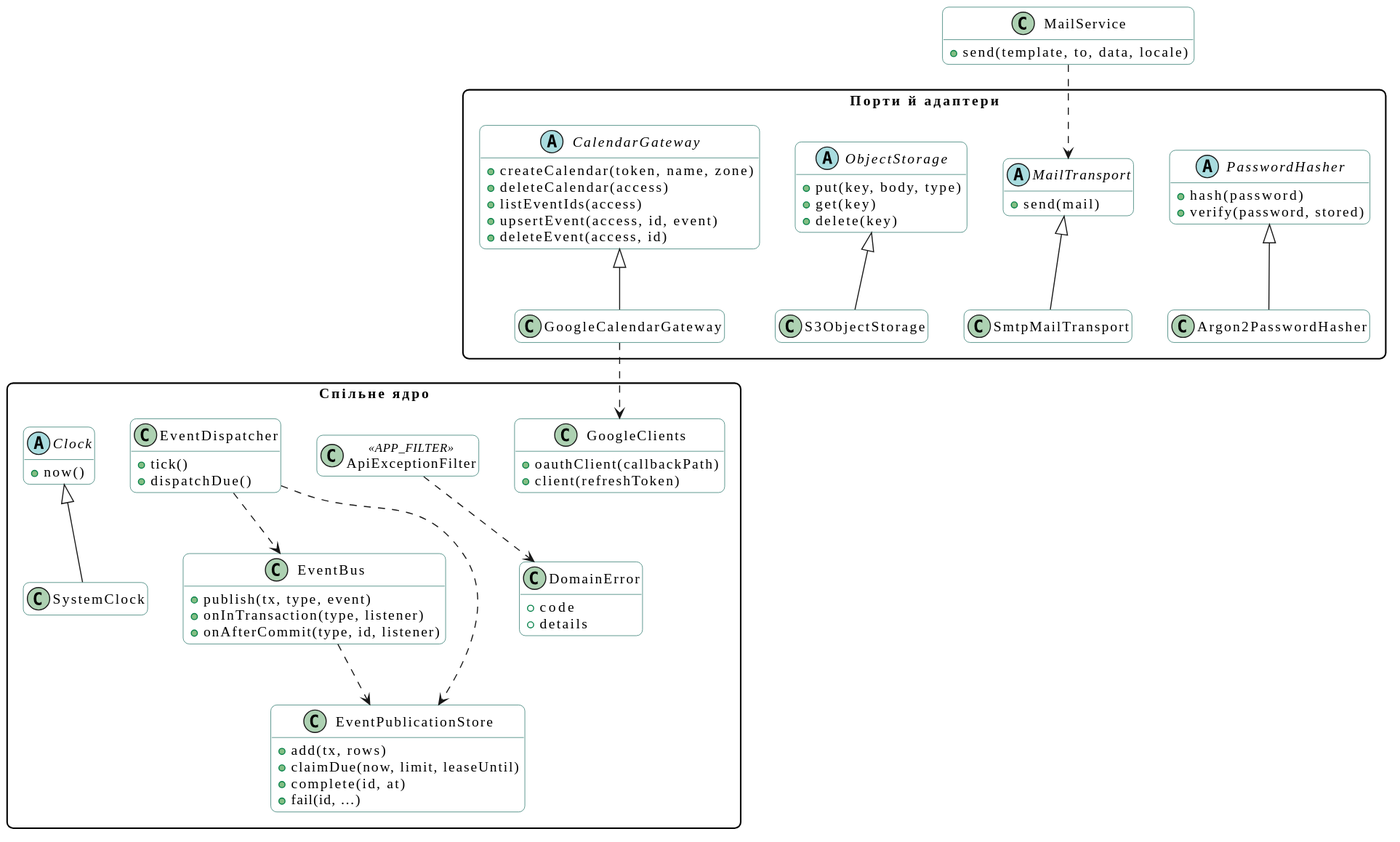
The PlantUML diagram docs/diagrams/class/svg/shared-kernel.svg in mzabrodin/Errandly, before a commit.
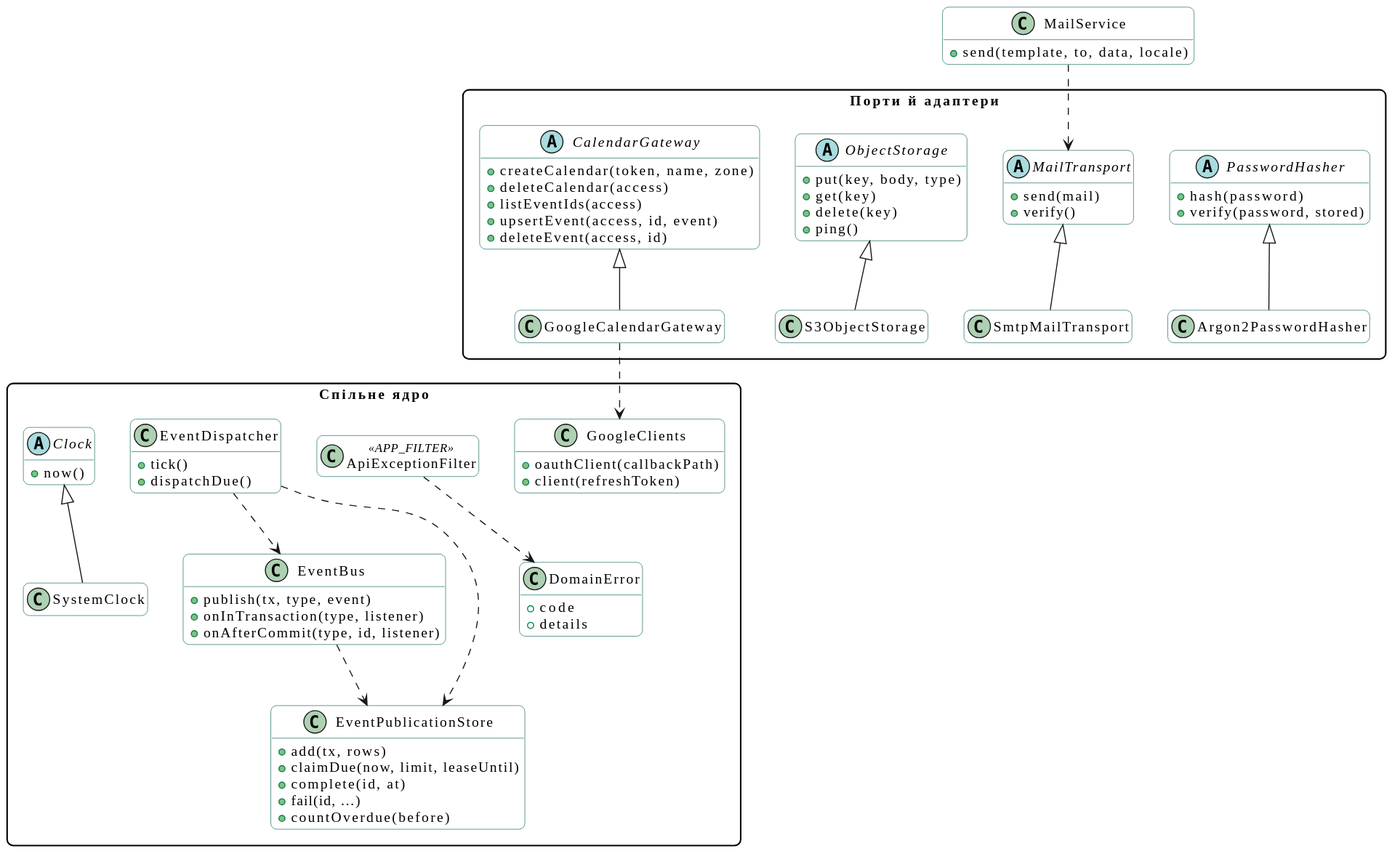
The same diagram one commit later.

What changed in the source:
```diff
@@ -22,6 +22,7 @@
     +claimDue(now, limit, leaseUntil)
     +complete(id, at)
     +fail(id, …)
+    +countOverdue(before)
   }
   abstract class Clock {
     +now()
@@ -46,12 +47,14 @@
   class Argon2PasswordHasher
   abstract class MailTransport {
     +send(mail)
+    +verify()
   }
   class SmtpMailTransport
   abstract class ObjectStorage {
     +put(key, body, type)
     +get(key)
     +delete(key)
+    +ping()
   }
   class S3ObjectStorage
   abstract class CalendarGateway {
```
